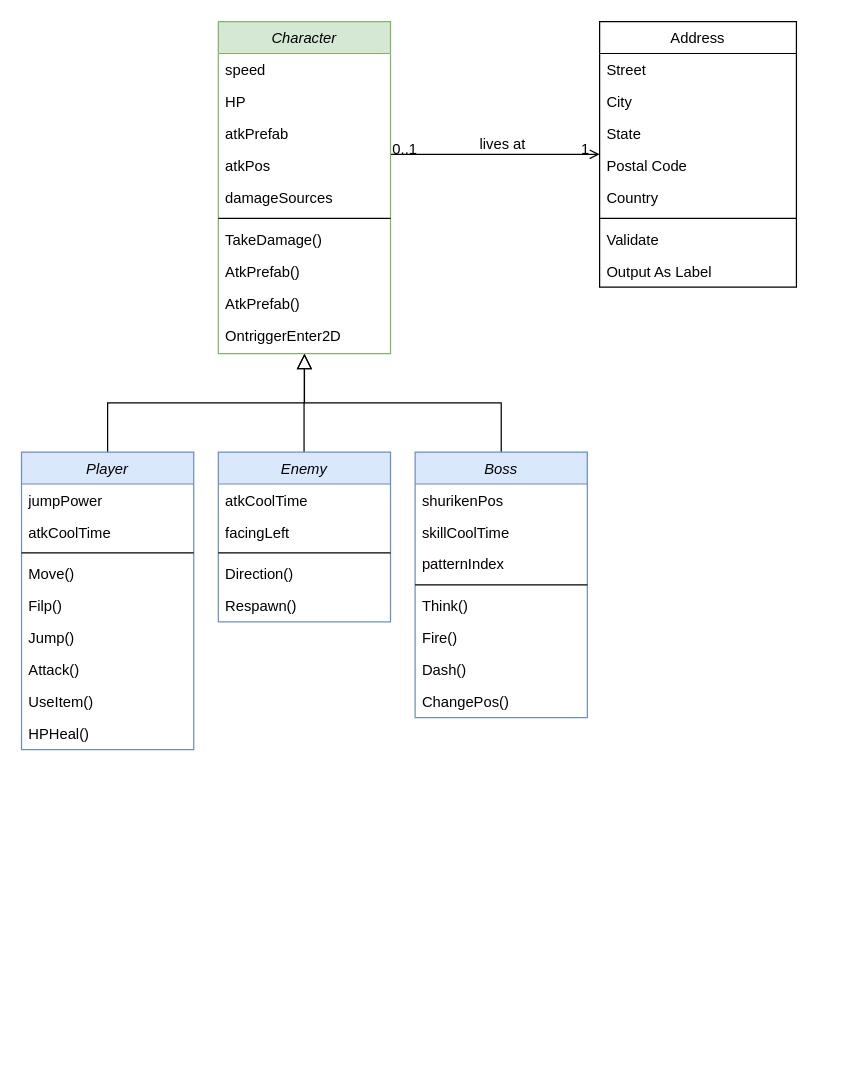
asz3740/2DPlatformer keeps this draw.io diagram as Untitled Diagram.drawio. Above is the earlier version. Source tidied: cells renumbered, new cells numbered last; positions are measured from the earlier drawing's top-left corner, leaving out a move shared by most shapes. Both pictures are drawn from the tidied source at 123%, with x=0, y=0 at pixel (21, 21).
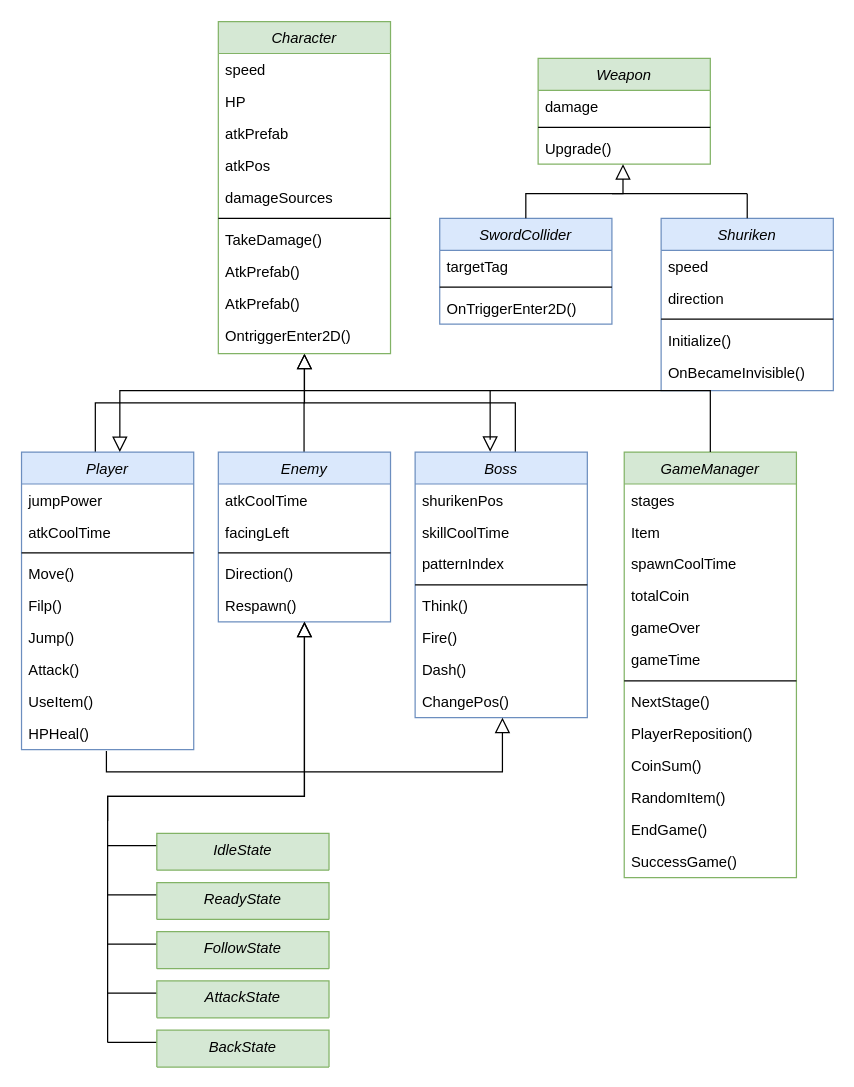
The same page after the edit.

Unchanged cells that the change refers to:
```xml
<mxCell id="18" value="Character" style="swimlane;fontStyle=2;align=center;verticalAlign=top;horizontal=1;startSize=26;rounded=0;shadow=0;strokeWidth=1;fillColor=#d5e8d4;strokeColor=#82b366;" parent="1" vertex="1">
  <mxGeometry x="160" width="140" height="270" as="geometry" />
</mxCell>
<mxCell id="36" value="Player" style="swimlane;fontStyle=2;align=center;verticalAlign=top;horizontal=1;startSize=26;rounded=0;shadow=0;strokeWidth=1;fillColor=#dae8fc;strokeColor=#6c8ebf;" parent="1" vertex="1">
  <mxGeometry y="350" width="140" height="242" as="geometry" />
</mxCell>
<mxCell id="46" value="Boss" style="swimlane;fontStyle=2;align=center;verticalAlign=top;horizontal=1;startSize=26;rounded=0;shadow=0;strokeWidth=1;fillColor=#dae8fc;strokeColor=#6c8ebf;" parent="1" vertex="1">
  <mxGeometry x="320" y="350" width="140" height="216" as="geometry" />
</mxCell>
<mxCell id="54" value="ChangePos()" style="text;align=left;verticalAlign=top;spacingLeft=4;spacingRight=4;overflow=hidden;points=[[0,0.5],[1,0.5]];portConstraint=eastwest;" parent="46" vertex="1">
  <mxGeometry y="190" width="140" height="26" as="geometry" />
</mxCell>
```

Diff of the diagram source:
```diff
@@
     <mxCell id="2" style="endArrow=block;endSize=10;endFill=0;shadow=0;strokeWidth=1;rounded=0;edgeStyle=elbowEdgeStyle;elbow=vertical;" parent="1" edge="1" source="36" target="18">
       <mxGeometry relative="1" as="geometry">
         <Array as="points">
+          <mxPoint x="60" y="310" />
           <mxPoint x="70" y="310" />
           <mxPoint x="80" y="310" />
           <mxPoint x="75" y="310" />
           <mxPoint x="75" y="320" />
           <mxPoint x="70" y="310" />
           <mxPoint x="235" y="310" />
           <mxPoint x="235" y="300" />
           <mxPoint x="250" y="310" />
         </Array>
       </mxGeometry>
     </mxCell>
-    <mxCell id="3" style="endArrow=block;endSize=10;endFill=0;shadow=0;strokeWidth=1;rounded=0;edgeStyle=elbowEdgeStyle;elbow=vertical;exitX=0.5;exitY=0;exitDx=0;exitDy=0;" parent="1" edge="1" source="46" target="18">
+    <mxCell id="3" style="endArrow=block;endSize=10;endFill=0;shadow=0;strokeWidth=1;rounded=0;edgeStyle=elbowEdgeStyle;elbow=vertical;exitX=0.582;exitY=0.005;exitDx=0;exitDy=0;exitPerimeter=0;" parent="1" edge="1" source="46" target="18">
       <mxGeometry relative="1" as="geometry">
         <Array as="points">
+          <mxPoint x="320" y="310" />
+          <mxPoint x="380" y="330" />
+          <mxPoint x="380" y="300" />
+          <mxPoint x="350" y="320" />
+          <mxPoint x="400" y="310" />
+          <mxPoint x="400" y="310" />
+          <mxPoint x="400" y="310" />
           <mxPoint x="410" y="310" />
           <mxPoint x="410" y="310" />
           <mxPoint x="390" y="310" />
           <mxPoint x="390" y="310" />
           <mxPoint x="370" y="310" />
           <mxPoint x="450" y="310" />
           <mxPoint x="450" y="310" />
           <mxPoint x="360" y="310" />
           <mxPoint x="450" y="310" />
           <mxPoint x="420" y="310" />
           <mxPoint x="380" y="310" />
           <mxPoint x="413" y="310" />
         </Array>
       </mxGeometry>
     </mxCell>
-    <mxCell id="4" style="endArrow=open;shadow=0;strokeWidth=1;rounded=0;endFill=1;edgeStyle=elbowEdgeStyle;elbow=vertical;" parent="1" edge="1" source="18" target="8">
-      <mxGeometry x="0.5" y="41" relative="1" as="geometry">
-        <mxPoint x="-40" y="32" as="offset" />
-      </mxGeometry>
-    </mxCell>
-    <mxCell id="5" value="0..1" style="align=left;verticalAlign=bottom;labelBackgroundColor=none;fontSize=12;" parent="4" vertex="1">
-      <mxGeometry x="-1" relative="1" as="geometry">
-        <mxPoint y="4" as="offset" />
-      </mxGeometry>
-    </mxCell>
-    <mxCell id="6" value="1" style="align=right;verticalAlign=bottom;labelBackgroundColor=none;fontSize=12;" parent="4" vertex="1">
-      <mxGeometry x="1" relative="1" as="geometry">
-        <mxPoint x="-7" y="4" as="offset" />
-      </mxGeometry>
-    </mxCell>
-    <mxCell id="7" value="lives at" style="text;html=1;align=center;verticalAlign=middle;labelBackgroundColor=none;rounded=0;shadow=0;strokeWidth=1;fontSize=12;" parent="4" vertex="1">
-      <mxGeometry x="0.5" y="49" relative="1" as="geometry">
-        <mxPoint x="-38" y="40" as="offset" />
-      </mxGeometry>
-    </mxCell>
-    <mxCell id="8" value="Address" style="swimlane;fontStyle=0;align=center;verticalAlign=top;horizontal=1;startSize=26;rounded=0;shadow=0;strokeWidth=1;" parent="1" vertex="1">
-      <mxGeometry x="470" width="160" height="216" as="geometry" />
-    </mxCell>
-    <mxCell id="9" value="Street" style="text;align=left;verticalAlign=top;spacingLeft=4;spacingRight=4;overflow=hidden;" parent="8" vertex="1">
-      <mxGeometry y="26" width="160" height="26" as="geometry" />
-    </mxCell>
-    <mxCell id="10" value="City" style="text;align=left;verticalAlign=top;spacingLeft=4;spacingRight=4;overflow=hidden;rounded=0;shadow=0;html=0;" parent="8" vertex="1">
-      <mxGeometry y="52" width="160" height="26" as="geometry" />
-    </mxCell>
-    <mxCell id="11" value="State" style="text;align=left;verticalAlign=top;spacingLeft=4;spacingRight=4;overflow=hidden;rounded=0;shadow=0;html=0;" parent="8" vertex="1">
-      <mxGeometry y="78" width="160" height="26" as="geometry" />
-    </mxCell>
-    <mxCell id="12" value="Postal Code" style="text;align=left;verticalAlign=top;spacingLeft=4;spacingRight=4;overflow=hidden;rounded=0;shadow=0;html=0;" parent="8" vertex="1">
-      <mxGeometry y="104" width="160" height="26" as="geometry" />
-    </mxCell>
-    <mxCell id="13" value="Country" style="text;align=left;verticalAlign=top;spacingLeft=4;spacingRight=4;overflow=hidden;rounded=0;shadow=0;html=0;" parent="8" vertex="1">
-      <mxGeometry y="130" width="160" height="26" as="geometry" />
-    </mxCell>
-    <mxCell id="14" style="line;html=1;strokeWidth=1;align=left;verticalAlign=middle;spacingTop=-1;spacingLeft=3;spacingRight=3;labelPosition=right;" parent="8" vertex="1">
-      <mxGeometry y="156" width="160" height="8" as="geometry" />
-    </mxCell>
-    <mxCell id="15" value="Validate" style="text;align=left;verticalAlign=top;spacingLeft=4;spacingRight=4;overflow=hidden;" parent="8" vertex="1">
-      <mxGeometry y="164" width="160" height="26" as="geometry" />
-    </mxCell>
-    <mxCell id="16" value="Output As Label" style="text;align=left;verticalAlign=top;spacingLeft=4;spacingRight=4;overflow=hidden;" parent="8" vertex="1">
-      <mxGeometry y="190" width="160" height="26" as="geometry" />
-    </mxCell>
@@
-    <mxCell id="28" value="OntriggerEnter2D" style="text;align=left;verticalAlign=top;spacingLeft=4;spacingRight=4;overflow=hidden;" parent="18" vertex="1">
+    <mxCell id="28" value="OntriggerEnter2D()" style="text;align=left;verticalAlign=top;spacingLeft=4;spacingRight=4;overflow=hidden;" parent="18" vertex="1">
       <mxGeometry y="242" width="140" height="26" as="geometry" />
     </mxCell>
@@
+    <mxCell id="55" style="endArrow=block;endSize=10;endFill=0;shadow=0;strokeWidth=1;rounded=0;edgeStyle=elbowEdgeStyle;elbow=vertical;" parent="36" edge="1">
+      <mxGeometry relative="1" as="geometry">
+        <mxPoint x="70" y="300" as="sourcePoint" />
+        <mxPoint x="230" y="138" as="targetPoint" />
+        <Array as="points">
+          <mxPoint x="230" y="280" />
+          <mxPoint x="390" y="178" />
+          <mxPoint x="390" y="178" />
+          <mxPoint x="370" y="178" />
+          <mxPoint x="450" y="178" />
+          <mxPoint x="450" y="178" />
+          <mxPoint x="360" y="178" />
+          <mxPoint x="450" y="178" />
+          <mxPoint x="420" y="178" />
+          <mxPoint x="380" y="178" />
+          <mxPoint x="413" y="178" />
+        </Array>
+      </mxGeometry>
+    </mxCell>
+    <mxCell id="56" style="endArrow=block;endSize=10;endFill=0;shadow=0;strokeWidth=1;rounded=0;edgeStyle=elbowEdgeStyle;elbow=vertical;" parent="36" edge="1">
+      <mxGeometry relative="1" as="geometry">
+        <mxPoint x="70" y="480" as="sourcePoint" />
+        <mxPoint x="230" y="138" as="targetPoint" />
+        <Array as="points">
+          <mxPoint x="230" y="280" />
+          <mxPoint x="390" y="178" />
+          <mxPoint x="390" y="178" />
+          <mxPoint x="370" y="178" />
+          <mxPoint x="450" y="178" />
+          <mxPoint x="450" y="178" />
+          <mxPoint x="360" y="178" />
+          <mxPoint x="450" y="178" />
+          <mxPoint x="420" y="178" />
+          <mxPoint x="380" y="178" />
+          <mxPoint x="413" y="178" />
+        </Array>
+      </mxGeometry>
+    </mxCell>
@@
     <mxCell id="45" value="HPHeal()" style="text;align=left;verticalAlign=top;spacingLeft=4;spacingRight=4;overflow=hidden;points=[[0,0.5],[1,0.5]];portConstraint=eastwest;" parent="36" vertex="1">
-      <mxGeometry y="216" width="140" height="26" as="geometry" />
+      <mxGeometry y="216" width="140" height="24" as="geometry" />
     </mxCell>
@@
+    <mxCell id="57" style="endArrow=block;endSize=10;endFill=0;shadow=0;strokeWidth=1;rounded=0;edgeStyle=elbowEdgeStyle;elbow=vertical;entryX=0.436;entryY=-0.001;entryDx=0;entryDy=0;entryPerimeter=0;" parent="46" edge="1" target="46">
+      <mxGeometry relative="1" as="geometry">
+        <mxPoint x="61" y="-50" as="sourcePoint" />
+        <Array as="points">
+          <mxPoint x="60" y="-10" />
+          <mxPoint x="70" y="-40" />
+          <mxPoint x="100" />
+          <mxPoint x="40" y="-10" />
+          <mxPoint x="80" y="-20" />
+          <mxPoint x="80" y="-20" />
+          <mxPoint x="70" y="-20" />
+          <mxPoint x="161" y="57" />
+          <mxPoint x="161" y="57" />
+          <mxPoint x="141" y="57" />
+          <mxPoint x="141" y="57" />
+          <mxPoint x="121" y="57" />
+          <mxPoint x="201" y="57" />
+          <mxPoint x="201" y="57" />
+          <mxPoint x="111" y="57" />
+          <mxPoint x="201" y="57" />
+          <mxPoint x="171" y="57" />
+          <mxPoint x="131" y="57" />
+          <mxPoint x="164" y="57" />
+        </Array>
+      </mxGeometry>
+    </mxCell>
@@
+    <mxCell id="58" style="endArrow=block;endSize=10;endFill=0;shadow=0;strokeWidth=1;rounded=0;edgeStyle=elbowEdgeStyle;elbow=vertical;exitX=0.493;exitY=1.125;exitDx=0;exitDy=0;exitPerimeter=0;entryX=0.507;entryY=1;entryDx=0;entryDy=0;entryPerimeter=0;" parent="1" edge="1" source="45" target="54">
+      <mxGeometry relative="1" as="geometry">
+        <Array as="points">
+          <mxPoint x="230" y="610" />
+          <mxPoint x="340" y="606" />
+          <mxPoint x="340" y="606" />
+          <mxPoint x="320" y="606" />
+          <mxPoint x="320" y="606" />
+          <mxPoint x="300" y="606" />
+          <mxPoint x="380" y="606" />
+          <mxPoint x="380" y="606" />
+          <mxPoint x="290" y="606" />
+          <mxPoint x="380" y="606" />
+          <mxPoint x="350" y="606" />
+          <mxPoint x="310" y="606" />
+          <mxPoint x="343" y="606" />
+        </Array>
+      </mxGeometry>
+    </mxCell>
+    <mxCell id="59" style="endArrow=none;html=1;" parent="1" edge="1">
+      <mxGeometry relative="1" as="geometry">
+        <mxPoint x="70" y="670" as="sourcePoint" />
+        <mxPoint x="110" y="670" as="targetPoint" />
+      </mxGeometry>
+    </mxCell>
+    <mxCell id="60" value="Shuriken" style="swimlane;fontStyle=2;align=center;verticalAlign=top;horizontal=1;startSize=26;rounded=0;shadow=0;strokeWidth=1;fillColor=#dae8fc;strokeColor=#6c8ebf;" parent="1" vertex="1">
+      <mxGeometry x="520" y="160" width="140" height="140" as="geometry" />
+    </mxCell>
+    <mxCell id="61" value="speed" style="text;align=left;verticalAlign=top;spacingLeft=4;spacingRight=4;overflow=hidden;" parent="60" vertex="1">
+      <mxGeometry y="26" width="140" height="26" as="geometry" />
+    </mxCell>
+    <mxCell id="62" value="direction" style="text;align=left;verticalAlign=top;spacingLeft=4;spacingRight=4;overflow=hidden;rounded=0;shadow=0;html=0;" parent="60" vertex="1">
+      <mxGeometry y="52" width="140" height="26" as="geometry" />
+    </mxCell>
+    <mxCell id="63" style="line;html=1;strokeWidth=1;align=left;verticalAlign=middle;spacingTop=-1;spacingLeft=3;spacingRight=3;labelPosition=right;" parent="60" vertex="1">
+      <mxGeometry y="78" width="140" height="8" as="geometry" />
+    </mxCell>
+    <mxCell id="64" value="Initialize()" style="text;align=left;verticalAlign=top;spacingLeft=4;spacingRight=4;overflow=hidden;" parent="60" vertex="1">
+      <mxGeometry y="86" width="140" height="26" as="geometry" />
+    </mxCell>
+    <mxCell id="65" value="OnBecameInvisible()" style="text;align=left;verticalAlign=top;spacingLeft=4;spacingRight=4;overflow=hidden;" parent="60" vertex="1">
+      <mxGeometry y="112" width="140" height="26" as="geometry" />
+    </mxCell>
+    <mxCell id="66" value="Weapon" style="swimlane;fontStyle=2;align=center;verticalAlign=top;horizontal=1;startSize=26;rounded=0;shadow=0;strokeWidth=1;fillColor=#d5e8d4;strokeColor=#82b366;" parent="1" vertex="1">
+      <mxGeometry x="420" y="30" width="140" height="86" as="geometry" />
+    </mxCell>
+    <mxCell id="67" value="damage" style="text;align=left;verticalAlign=top;spacingLeft=4;spacingRight=4;overflow=hidden;" parent="66" vertex="1">
+      <mxGeometry y="26" width="140" height="26" as="geometry" />
+    </mxCell>
+    <mxCell id="68" style="line;html=1;strokeWidth=1;align=left;verticalAlign=middle;spacingTop=-1;spacingLeft=3;spacingRight=3;labelPosition=right;" parent="66" vertex="1">
+      <mxGeometry y="52" width="140" height="8" as="geometry" />
+    </mxCell>
+    <mxCell id="69" value="Upgrade()" style="text;align=left;verticalAlign=top;spacingLeft=4;spacingRight=4;overflow=hidden;rounded=0;shadow=0;html=0;" parent="66" vertex="1">
+      <mxGeometry y="60" width="140" height="26" as="geometry" />
+    </mxCell>
+    <mxCell id="70" value="IdleState" style="swimlane;fontStyle=2;align=center;verticalAlign=top;horizontal=1;startSize=30;rounded=0;shadow=0;strokeWidth=1;fillColor=#d5e8d4;strokeColor=#82b366;" parent="1" vertex="1">
+      <mxGeometry x="110" y="660" width="140" height="30" as="geometry" />
+    </mxCell>
+    <mxCell id="71" style="endArrow=none;html=1;" parent="1" edge="1">
+      <mxGeometry relative="1" as="geometry">
+        <mxPoint x="70" y="710" as="sourcePoint" />
+        <mxPoint x="110" y="710" as="targetPoint" />
+      </mxGeometry>
+    </mxCell>
+    <mxCell id="72" style="endArrow=none;html=1;entryX=-0.002;entryY=0.333;entryDx=0;entryDy=0;entryPerimeter=0;" parent="1" edge="1" target="96">
+      <mxGeometry relative="1" as="geometry">
+        <mxPoint x="70" y="750" as="sourcePoint" />
+      </mxGeometry>
+    </mxCell>
+    <mxCell id="73" value="SwordCollider" style="swimlane;fontStyle=2;align=center;verticalAlign=top;horizontal=1;startSize=26;rounded=0;shadow=0;strokeWidth=1;fillColor=#dae8fc;strokeColor=#6c8ebf;" parent="1" vertex="1">
+      <mxGeometry x="340" y="160" width="140" height="86" as="geometry" />
+    </mxCell>
+    <mxCell id="74" value="targetTag" style="text;align=left;verticalAlign=top;spacingLeft=4;spacingRight=4;overflow=hidden;" parent="73" vertex="1">
+      <mxGeometry y="26" width="140" height="26" as="geometry" />
+    </mxCell>
+    <mxCell id="75" style="line;html=1;strokeWidth=1;align=left;verticalAlign=middle;spacingTop=-1;spacingLeft=3;spacingRight=3;labelPosition=right;" parent="73" vertex="1">
+      <mxGeometry y="52" width="140" height="8" as="geometry" />
+    </mxCell>
+    <mxCell id="76" value="OnTriggerEnter2D()" style="text;align=left;verticalAlign=top;spacingLeft=4;spacingRight=4;overflow=hidden;rounded=0;shadow=0;html=0;" parent="73" vertex="1">
+      <mxGeometry y="60" width="140" height="26" as="geometry" />
+    </mxCell>
+    <mxCell id="77" value="ReadyState" style="swimlane;fontStyle=2;align=center;verticalAlign=top;horizontal=1;startSize=30;rounded=0;shadow=0;strokeWidth=1;fillColor=#d5e8d4;strokeColor=#82b366;" parent="1" vertex="1">
+      <mxGeometry x="110" y="700" width="140" height="30" as="geometry" />
+    </mxCell>
+    <mxCell id="78" style="endArrow=none;html=1;" parent="1" edge="1">
+      <mxGeometry relative="1" as="geometry">
+        <mxPoint x="70" y="790" as="sourcePoint" />
+        <mxPoint x="110" y="790" as="targetPoint" />
+      </mxGeometry>
+    </mxCell>
+    <mxCell id="79" style="endArrow=none;html=1;" parent="1" edge="1">
+      <mxGeometry relative="1" as="geometry">
+        <mxPoint x="70" y="830" as="sourcePoint" />
+        <mxPoint x="110" y="830" as="targetPoint" />
+      </mxGeometry>
+    </mxCell>
+    <mxCell id="80" value="GameManager" style="swimlane;fontStyle=2;align=center;verticalAlign=top;horizontal=1;startSize=26;rounded=0;shadow=0;strokeWidth=1;fillColor=#d5e8d4;strokeColor=#82b366;" parent="1" vertex="1">
+      <mxGeometry x="490" y="350" width="140" height="346" as="geometry" />
+    </mxCell>
+    <mxCell id="81" value="stages" style="text;align=left;verticalAlign=top;spacingLeft=4;spacingRight=4;overflow=hidden;" parent="80" vertex="1">
+      <mxGeometry y="26" width="140" height="26" as="geometry" />
+    </mxCell>
+    <mxCell id="82" value="Item" style="text;align=left;verticalAlign=top;spacingLeft=4;spacingRight=4;overflow=hidden;rounded=0;shadow=0;html=0;" parent="80" vertex="1">
+      <mxGeometry y="52" width="140" height="26" as="geometry" />
+    </mxCell>
+    <mxCell id="83" value="spawnCoolTime" style="text;align=left;verticalAlign=top;spacingLeft=4;spacingRight=4;overflow=hidden;rounded=0;shadow=0;html=0;" parent="80" vertex="1">
+      <mxGeometry y="78" width="140" height="26" as="geometry" />
+    </mxCell>
+    <mxCell id="84" value="totalCoin" style="text;align=left;verticalAlign=top;spacingLeft=4;spacingRight=4;overflow=hidden;" parent="80" vertex="1">
+      <mxGeometry y="104" width="140" height="26" as="geometry" />
+    </mxCell>
+    <mxCell id="85" value="gameOver" style="text;align=left;verticalAlign=top;spacingLeft=4;spacingRight=4;overflow=hidden;" parent="80" vertex="1">
+      <mxGeometry y="130" width="140" height="26" as="geometry" />
+    </mxCell>
+    <mxCell id="86" value="gameTime" style="text;align=left;verticalAlign=top;spacingLeft=4;spacingRight=4;overflow=hidden;" parent="80" vertex="1">
+      <mxGeometry y="156" width="140" height="26" as="geometry" />
+    </mxCell>
+    <mxCell id="87" style="line;html=1;strokeWidth=1;align=left;verticalAlign=middle;spacingTop=-1;spacingLeft=3;spacingRight=3;labelPosition=right;" parent="80" vertex="1">
+      <mxGeometry y="182" width="140" height="8" as="geometry" />
+    </mxCell>
+    <mxCell id="88" value="NextStage()" style="text;align=left;verticalAlign=top;spacingLeft=4;spacingRight=4;overflow=hidden;points=[[0,0.5],[1,0.5]];portConstraint=eastwest;" parent="80" vertex="1">
+      <mxGeometry y="190" width="140" height="26" as="geometry" />
+    </mxCell>
+    <mxCell id="89" value="PlayerReposition()" style="text;align=left;verticalAlign=top;spacingLeft=4;spacingRight=4;overflow=hidden;" parent="80" vertex="1">
+      <mxGeometry y="216" width="140" height="26" as="geometry" />
+    </mxCell>
+    <mxCell id="90" value="CoinSum()" style="text;align=left;verticalAlign=top;spacingLeft=4;spacingRight=4;overflow=hidden;" parent="80" vertex="1">
+      <mxGeometry y="242" width="140" height="26" as="geometry" />
+    </mxCell>
+    <mxCell id="91" style="edgeStyle=orthogonalEdgeStyle;rounded=0;orthogonalLoop=1;jettySize=auto;html=1;exitX=1;exitY=0.5;exitDx=0;exitDy=0;" parent="80" edge="1" source="88" target="88">
+      <mxGeometry relative="1" as="geometry" />
+    </mxCell>
+    <mxCell id="92" value="RandomItem()" style="text;align=left;verticalAlign=top;spacingLeft=4;spacingRight=4;overflow=hidden;" parent="80" vertex="1">
+      <mxGeometry y="268" width="140" height="26" as="geometry" />
+    </mxCell>
+    <mxCell id="93" value="EndGame()" style="text;align=left;verticalAlign=top;spacingLeft=4;spacingRight=4;overflow=hidden;" parent="80" vertex="1">
+      <mxGeometry y="294" width="140" height="26" as="geometry" />
+    </mxCell>
+    <mxCell id="94" value="SuccessGame()" style="text;align=left;verticalAlign=top;spacingLeft=4;spacingRight=4;overflow=hidden;" parent="80" vertex="1">
+      <mxGeometry y="320" width="140" height="26" as="geometry" />
+    </mxCell>
+    <mxCell id="95" value="AttackState" style="swimlane;fontStyle=2;align=center;verticalAlign=top;horizontal=1;startSize=30;rounded=0;shadow=0;strokeWidth=1;fillColor=#d5e8d4;strokeColor=#82b366;" parent="1" vertex="1">
+      <mxGeometry x="110" y="780" width="140" height="30" as="geometry" />
+    </mxCell>
+    <mxCell id="96" value="FollowState" style="swimlane;fontStyle=2;align=center;verticalAlign=top;horizontal=1;startSize=30;rounded=0;shadow=0;strokeWidth=1;fillColor=#d5e8d4;strokeColor=#82b366;" parent="1" vertex="1">
+      <mxGeometry x="110" y="740" width="140" height="30" as="geometry" />
+    </mxCell>
+    <mxCell id="97" value="BackState" style="swimlane;fontStyle=2;align=center;verticalAlign=top;horizontal=1;startSize=30;rounded=0;shadow=0;strokeWidth=1;fillColor=#d5e8d4;strokeColor=#82b366;" parent="1" vertex="1">
+      <mxGeometry x="110" y="820" width="140" height="30" as="geometry" />
+    </mxCell>
+    <mxCell id="98" style="endArrow=block;endSize=10;endFill=0;shadow=0;strokeWidth=1;rounded=0;edgeStyle=elbowEdgeStyle;elbow=vertical;exitX=0.5;exitY=0;exitDx=0;exitDy=0;entryX=0.571;entryY=0;entryDx=0;entryDy=0;entryPerimeter=0;" parent="1" edge="1" source="80" target="36">
+      <mxGeometry relative="1" as="geometry">
+        <Array as="points">
+          <mxPoint x="70" y="300" />
+          <mxPoint x="70" y="310" />
+          <mxPoint x="291" y="334" />
+          <mxPoint x="401" y="330" />
+          <mxPoint x="401" y="330" />
+          <mxPoint x="381" y="330" />
+          <mxPoint x="381" y="330" />
+          <mxPoint x="361" y="330" />
+          <mxPoint x="441" y="330" />
+          <mxPoint x="441" y="330" />
+          <mxPoint x="351" y="330" />
+          <mxPoint x="441" y="330" />
+          <mxPoint x="411" y="330" />
+          <mxPoint x="371" y="330" />
+          <mxPoint x="404" y="330" />
+        </Array>
+      </mxGeometry>
+    </mxCell>
+    <mxCell id="99" style="endArrow=block;endSize=10;endFill=0;shadow=0;strokeWidth=1;rounded=0;edgeStyle=elbowEdgeStyle;elbow=vertical;exitX=0.5;exitY=0;exitDx=0;exitDy=0;" parent="1" edge="1" source="73">
+      <mxGeometry relative="1" as="geometry">
+        <mxPoint x="489" y="116" as="targetPoint" />
+        <Array as="points">
+          <mxPoint x="489" y="140" />
+          <mxPoint x="450" y="140" />
+          <mxPoint x="330" y="126" />
+          <mxPoint x="340" y="126" />
+          <mxPoint x="335" y="126" />
+          <mxPoint x="335" y="136" />
+          <mxPoint x="330" y="126" />
+          <mxPoint x="495" y="126" />
+          <mxPoint x="495" y="116" />
+          <mxPoint x="510" y="126" />
+        </Array>
+      </mxGeometry>
+    </mxCell>
+    <mxCell id="100" style="endArrow=none;html=1;" parent="1" edge="1">
+      <mxGeometry relative="1" as="geometry">
+        <mxPoint x="480" y="140" as="sourcePoint" />
+        <mxPoint x="590" y="140" as="targetPoint" />
+      </mxGeometry>
+    </mxCell>
+    <mxCell id="101" style="endArrow=none;html=1;exitX=0.5;exitY=0;exitDx=0;exitDy=0;" parent="1" edge="1" source="60">
+      <mxGeometry relative="1" as="geometry">
+        <mxPoint x="590" y="140" as="targetPoint" />
+      </mxGeometry>
+    </mxCell>
```
